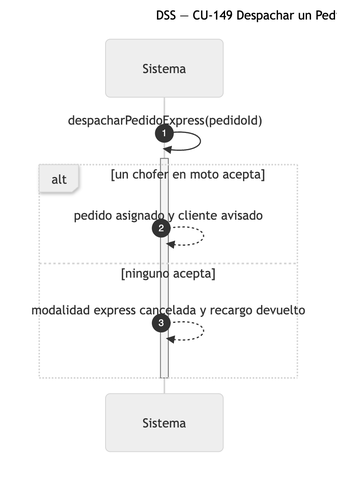
The Mermaid diagram diagramas/png/DSS_CU-149_Despachar-un-Pedido-Express-a-un-Chofer-en-Moto.png in Nahuelito-Dev/splg-docs, before a commit. Its source is kept beside it as diagramas/DSS_CU-149_Despachar-un-Pedido-Express-a-un-Chofer-en-Moto.mmd. The source it was exported from:
```mermaid
sequenceDiagram
    title DSS — CU-149 Despachar un Pedido Express a un Chofer en Moto
    autonumber
    actor SIS as Sistema Automático
    participant SIS as Sistema

    SIS->>SIS: despacharPedidoExpress(pedidoId)
    activate SIS
    alt un chofer en moto acepta
        SIS-->>SIS: pedido asignado y cliente avisado
    else ninguno acepta
        SIS-->>SIS: modalidad express cancelada y recargo devuelto
    end
    deactivate SIS
```
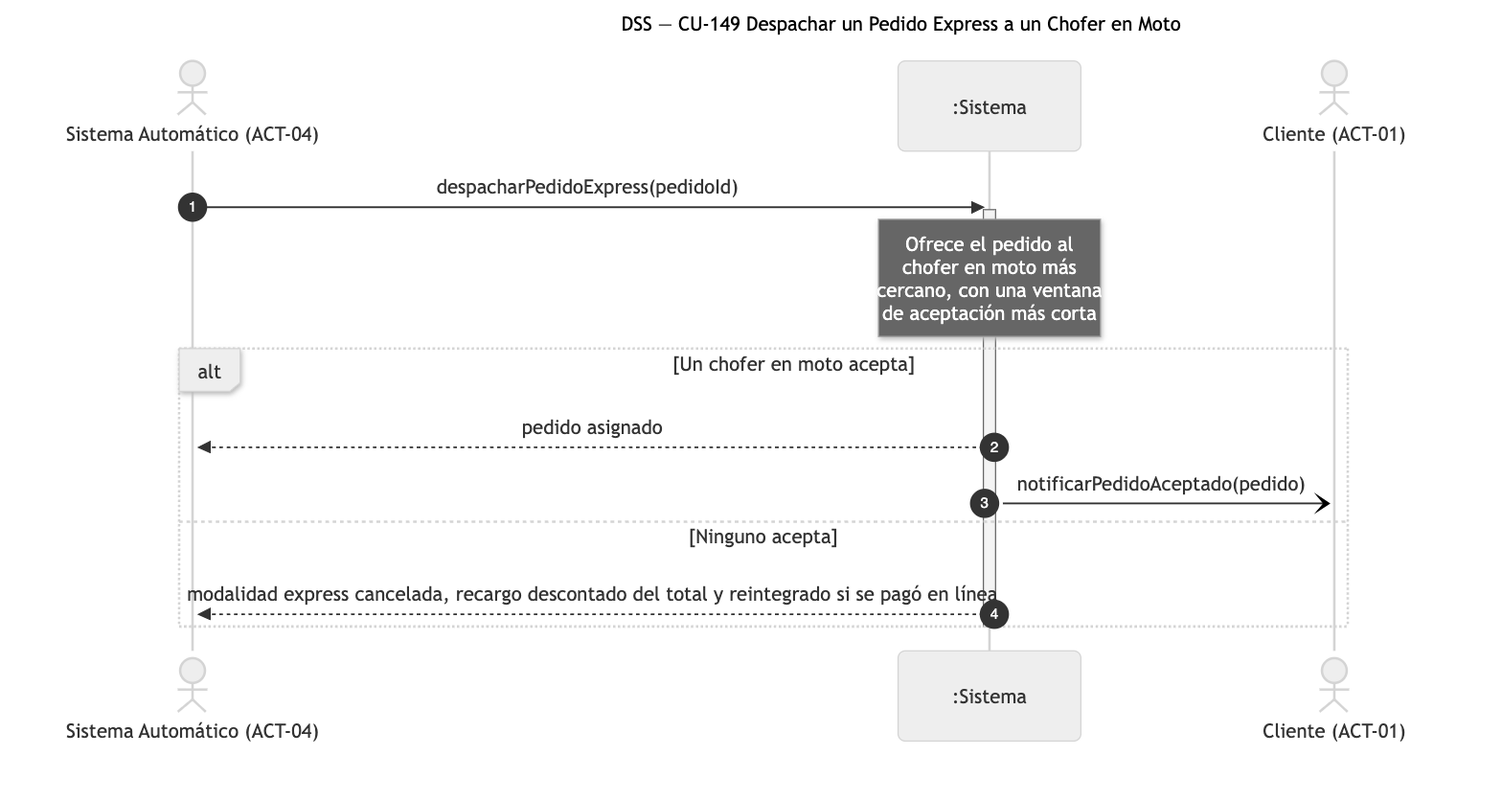
Above is the later version.

Diff of the diagram source:
```diff
@@ -1,14 +1,17 @@
 sequenceDiagram
     title DSS — CU-149 Despachar un Pedido Express a un Chofer en Moto
     autonumber
-    actor SIS as Sistema Automático
-    participant SIS as Sistema
+    actor SAU as Sistema Automático (ACT-04)
+    participant SIS as :Sistema
+    actor CLI as Cliente (ACT-01)
 
-    SIS->>SIS: despacharPedidoExpress(pedidoId)
+    SAU->>SIS: despacharPedidoExpress(pedidoId)
     activate SIS
-    alt un chofer en moto acepta
-        SIS-->>SIS: pedido asignado y cliente avisado
-    else ninguno acepta
-        SIS-->>SIS: modalidad express cancelada y recargo devuelto
+    Note over SIS: Ofrece el pedido al<br/>chofer en moto más<br/>cercano, con una ventana<br/>de aceptación más corta
+    alt Un chofer en moto acepta
+        SIS-->>SAU: pedido asignado
+        SIS-)CLI: notificarPedidoAceptado(pedido)
+    else Ninguno acepta
+        SIS-->>SAU: modalidad express cancelada, recargo descontado del total y reintegrado si se pagó en línea
     end
     deactivate SIS
```
